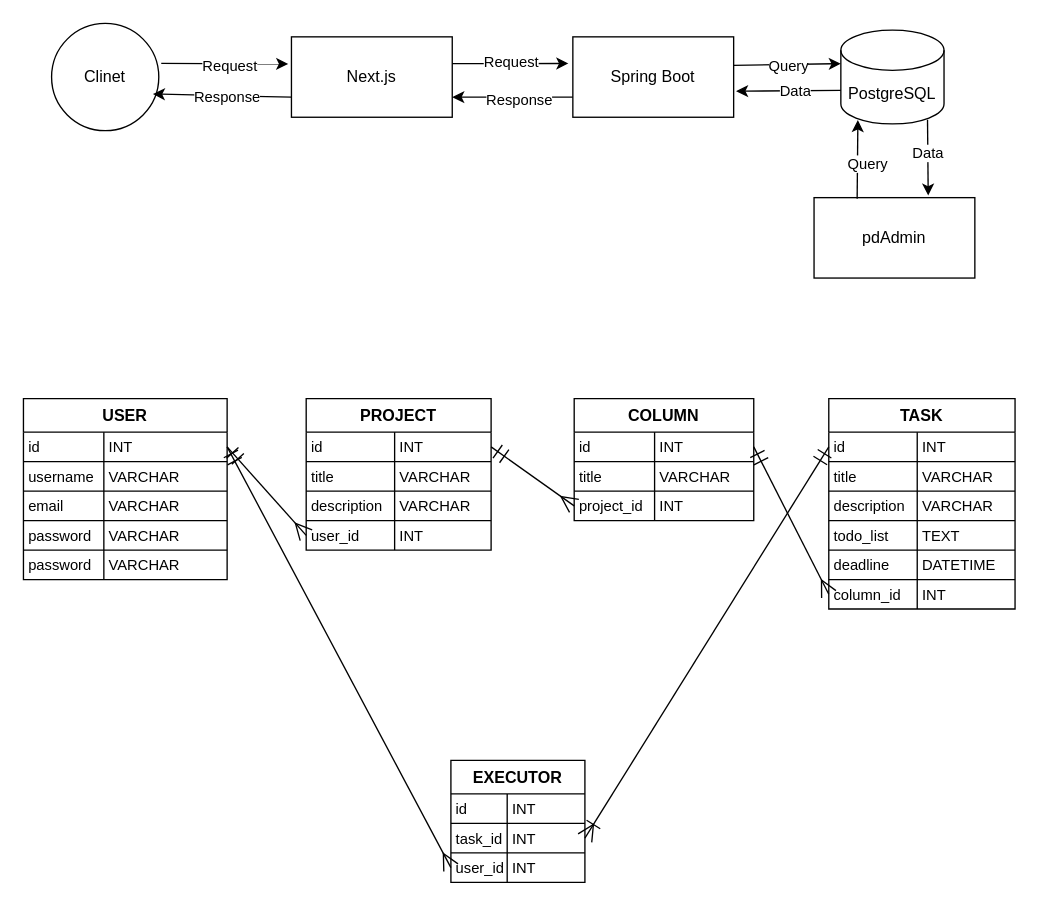
The draw.io diagram docs/diagrams.drawio in maxcore25/it-inno-hack, before the edit. Source tidied: cells renumbered, new cells numbered last; positions are measured from the earlier drawing's top-left corner, leaving out a move shared by most shapes. Both pictures are drawn from the tidied source at 134%, with x=0, y=0 at pixel (23, 23).
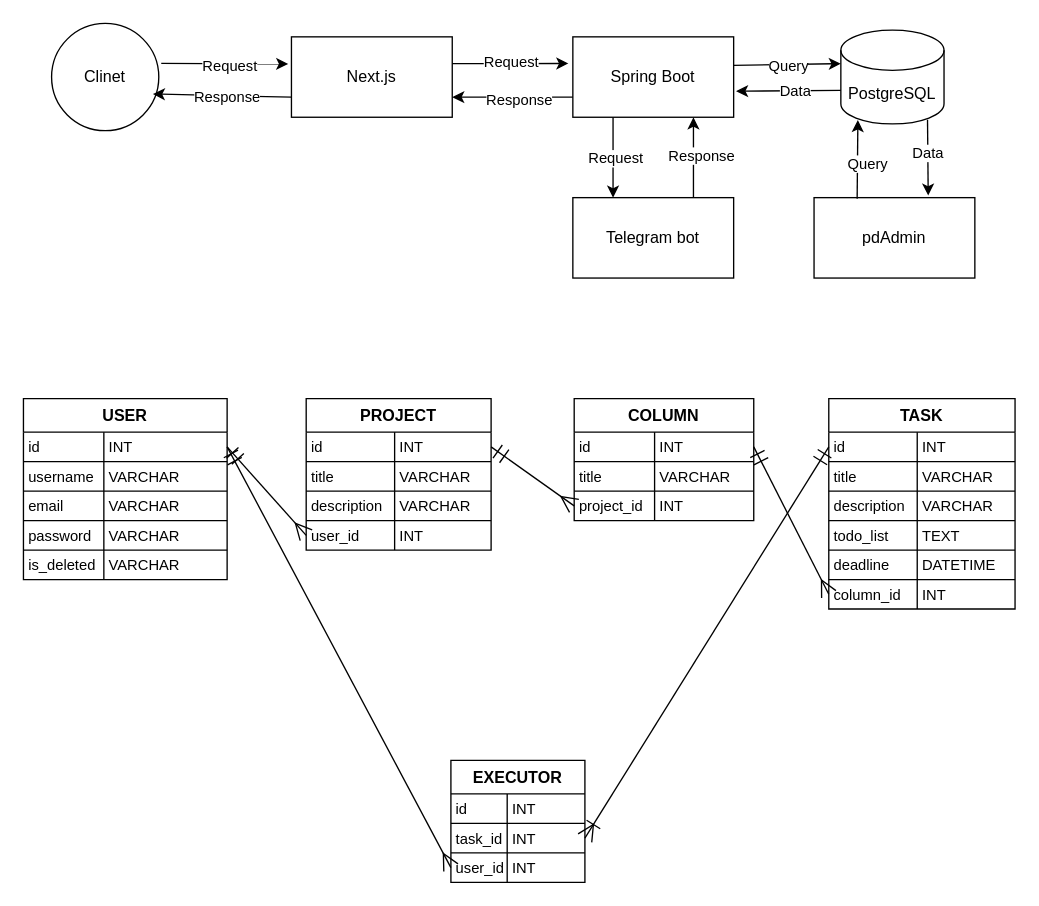
After the change.

Unchanged cells that the change refers to:
```xml
<mxCell id="4" value="Spring Boot" style="rounded=0;whiteSpace=wrap;html=1;" parent="1" vertex="1">
  <mxGeometry x="410" y="10" width="120" height="60" as="geometry" />
</mxCell>
<mxCell id="36" style="shape=tableRow;horizontal=0;startSize=0;swimlaneHead=0;swimlaneBody=0;fillColor=none;top=0;left=0;right=0;bottom=0;" parent="23" vertex="1">
  <mxGeometry y="113" width="152" height="22" as="geometry" />
</mxCell>
```

Change to the diagram source:
```diff
@@
-    <mxCell id="37" value="password" style="shape=partialRectangle;fillColor=none;top=0;left=0;bottom=0;right=0;align=left;spacingLeft=2;overflow=hidden;fontSize=11;" parent="36" vertex="1">
+    <mxCell id="37" value="is_deleted" style="shape=partialRectangle;fillColor=none;top=0;left=0;bottom=0;right=0;align=left;spacingLeft=2;overflow=hidden;fontSize=11;" parent="36" vertex="1">
       <mxGeometry width="60" height="22" as="geometry" />
     </mxCell>
@@
+    <mxCell id="96" value="Telegram bot" style="rounded=0;whiteSpace=wrap;html=1;" parent="1" vertex="1">
+      <mxGeometry x="410" y="130" width="120" height="60" as="geometry" />
+    </mxCell>
+    <mxCell id="97" style="rounded=0;jettySize=auto;html=1;entryX=0.25;entryY=0;entryDx=0;entryDy=0;exitX=0.25;exitY=1;exitDx=0;exitDy=0;" parent="1" edge="1" source="4" target="96">
+      <mxGeometry relative="1" as="geometry" />
+    </mxCell>
+    <mxCell id="98" value="Request" style="edgeLabel;html=1;align=center;verticalAlign=middle;" parent="97" vertex="1">
+      <mxGeometry x="0.01" y="1" relative="1" as="geometry" />
+    </mxCell>
+    <mxCell id="99" style="rounded=0;jettySize=auto;html=1;exitX=0.75;exitY=0;exitDx=0;exitDy=0;entryX=0.75;entryY=1;entryDx=0;entryDy=0;" parent="1" edge="1" source="96" target="4">
+      <mxGeometry relative="1" as="geometry" />
+    </mxCell>
+    <mxCell id="100" value="Response" style="edgeLabel;html=1;align=center;verticalAlign=middle;" parent="99" vertex="1">
+      <mxGeometry x="0.05" y="1" relative="1" as="geometry">
+        <mxPoint x="6" as="offset" />
+      </mxGeometry>
+    </mxCell>
```
